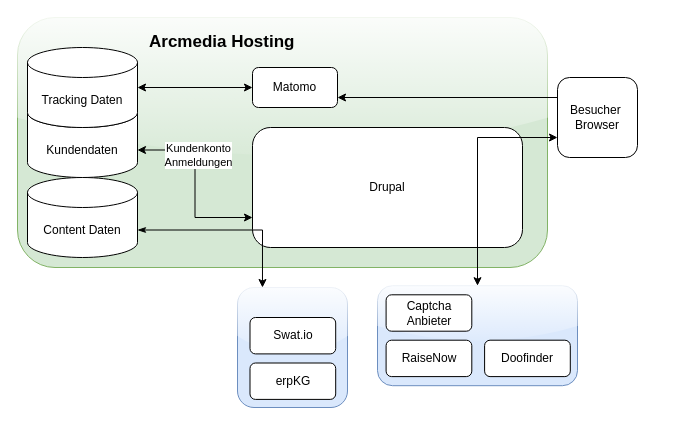
Earlier version of the draw.io diagram ref-kirche-datenumgang.drawio (leedave/drawio_diagrams). Source tidied: cells renumbered, new cells numbered last; positions are measured from the earlier drawing's top-left corner, leaving out a move shared by most shapes. Both pictures are drawn from the tidied source at 100%, with x=0, y=0 at pixel (17, 17).
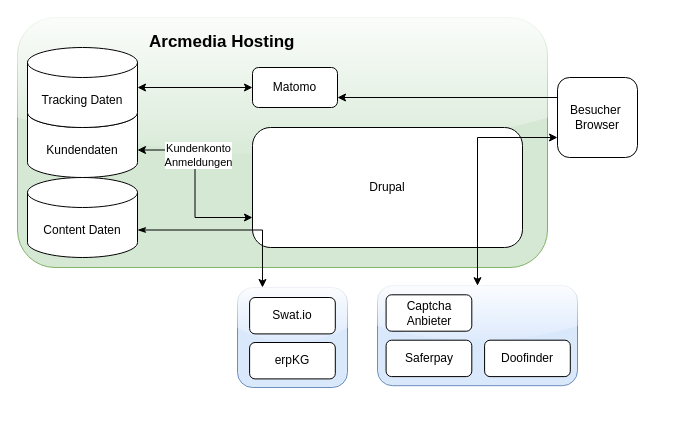
The same page after the edit.

The change refers to these unchanged cells:
```xml
<mxCell id="14" style="group;" parent="13" vertex="1">
  <mxGeometry width="110" height="120" as="geometry" />
</mxCell>
<mxCell id="18" style="group;" parent="13" vertex="1">
  <mxGeometry x="140" y="-1.8" width="300" height="100" as="geometry" />
</mxCell>
```

Diff of the diagram source:
```diff
@@
     <mxCell id="15" style="rounded=1;whiteSpace=wrap;html=1;fillColor=#dae8fc;strokeColor=#6c8ebf;glass=1;" parent="14" vertex="1">
-      <mxGeometry width="110" height="120" as="geometry" />
+      <mxGeometry width="110" height="100" as="geometry" />
     </mxCell>
     <mxCell id="16" value="Swat.io" style="rounded=1;whiteSpace=wrap;html=1;" parent="14" vertex="1">
-      <mxGeometry x="12.5" y="30" width="85.7" height="36.4" as="geometry" />
+      <mxGeometry x="12.1" y="10" width="85.7" height="36.4" as="geometry" />
     </mxCell>
     <mxCell id="17" value="erpKG" style="rounded=1;whiteSpace=wrap;html=1;" parent="14" vertex="1">
-      <mxGeometry x="12.5" y="75.5" width="85.7" height="36.4" as="geometry" />
+      <mxGeometry x="12.1" y="55" width="85.7" height="36.4" as="geometry" />
     </mxCell>
@@
-    <mxCell id="20" value="RaiseNow" style="rounded=1;whiteSpace=wrap;html=1;" parent="18" vertex="1">
+    <mxCell id="20" value="Saferpay" style="rounded=1;whiteSpace=wrap;html=1;" parent="18" vertex="1">
       <mxGeometry x="8.6" y="54.5" width="85.7" height="36.4" as="geometry" />
     </mxCell>
```
